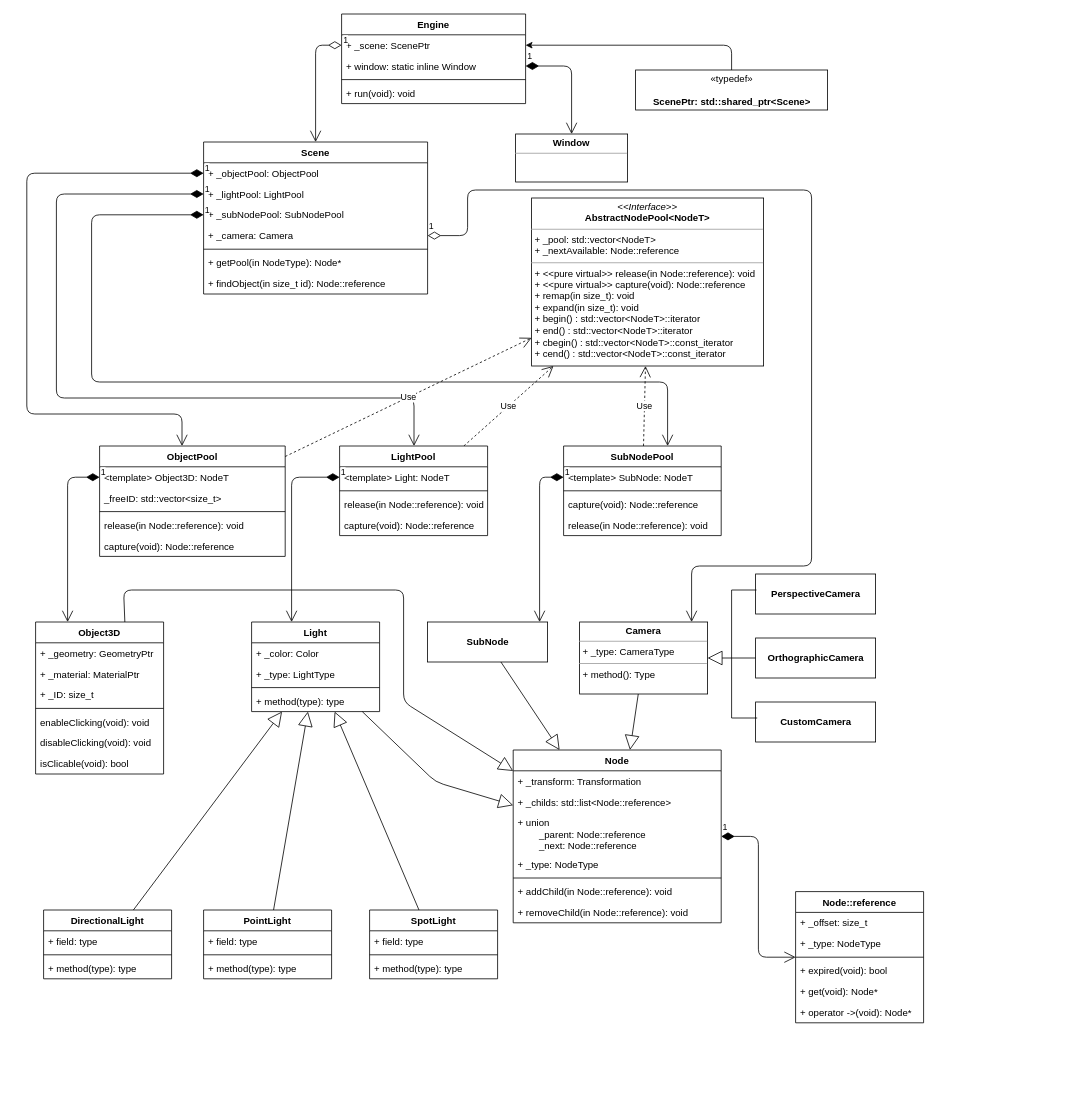
The draw.io diagram Untitled Diagram.drawio in bit-creator/VisualEngine, before the edit. Source tidied: cells renumbered, new cells numbered last; positions are measured from the earlier drawing's top-left corner, leaving out a move shared by most shapes. Both pictures are drawn from the tidied source at 80%, with x=0, y=0 at pixel (26, 14).
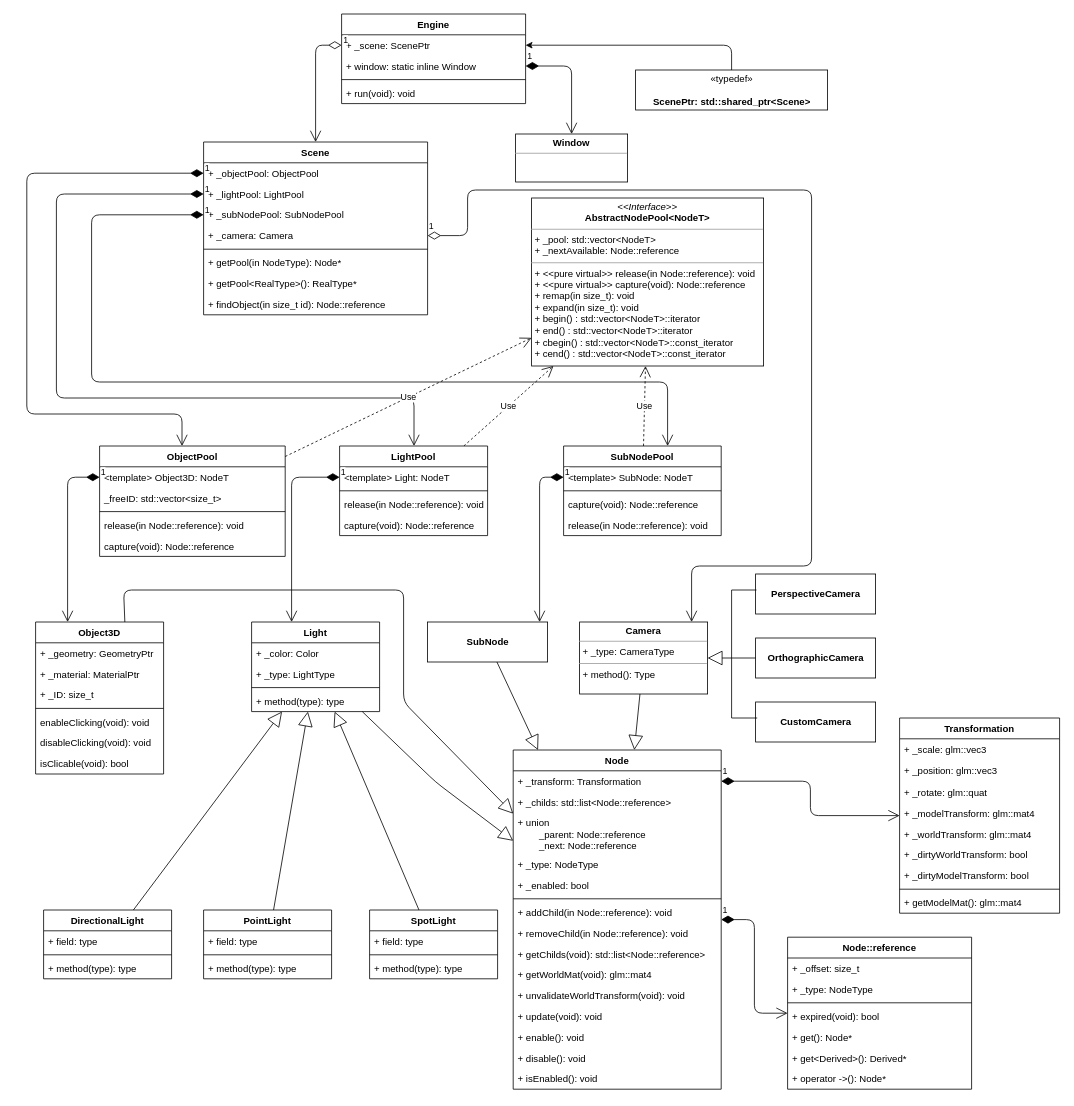
After the change.

Unchanged cells that the change refers to:
```xml
<mxCell id="3" value="+ _transform: Transformation" style="text;strokeColor=none;fillColor=none;align=left;verticalAlign=top;spacingLeft=4;spacingRight=4;overflow=hidden;points=[[0,0.5],[1,0.5]];portConstraint=eastwest;" parent="2" vertex="1">
  <mxGeometry y="26" width="260" height="26" as="geometry" />
</mxCell>
```

The edit, as a diff of the source:
```diff
@@
     <mxCell id="2" value="Node" style="swimlane;fontStyle=1;align=center;verticalAlign=top;horizontal=1;startSize=26;" parent="1" vertex="1">
-      <mxGeometry x="608" y="920" width="260" height="216" as="geometry" />
+      <mxGeometry x="608" y="920" width="260" height="424" as="geometry" />
     </mxCell>
@@
+    <mxCell id="104" value="+ _enabled: bool" style="text;strokeColor=none;fillColor=none;align=left;verticalAlign=top;spacingLeft=4;spacingRight=4;overflow=hidden;" parent="2" vertex="1">
+      <mxGeometry y="156" width="260" height="26" as="geometry" />
+    </mxCell>
     <mxCell id="7" style="line;strokeWidth=1;fillColor=none;align=left;verticalAlign=middle;spacingTop=-1;spacingLeft=3;spacingRight=3;labelPosition=right;" parent="2" vertex="1">
-      <mxGeometry y="156" width="260" height="8" as="geometry" />
+      <mxGeometry y="182" width="260" height="8" as="geometry" />
     </mxCell>
     <mxCell id="8" value="+ addChild(in Node::reference): void" style="text;strokeColor=none;fillColor=none;align=left;verticalAlign=top;spacingLeft=4;spacingRight=4;overflow=hidden;" parent="2" vertex="1">
-      <mxGeometry y="164" width="260" height="26" as="geometry" />
+      <mxGeometry y="190" width="260" height="26" as="geometry" />
     </mxCell>
+    <mxCell id="105" value="+ removeChild(in Node::reference): void" style="text;strokeColor=none;fillColor=none;align=left;verticalAlign=top;spacingLeft=4;spacingRight=4;overflow=hidden;" parent="2" vertex="1">
+      <mxGeometry y="216" width="260" height="26" as="geometry" />
+    </mxCell>
-    <mxCell id="9" value="+ removeChild(in Node::reference): void" style="text;strokeColor=none;fillColor=none;align=left;verticalAlign=top;spacingLeft=4;spacingRight=4;overflow=hidden;" parent="2" vertex="1">
-      <mxGeometry y="190" width="260" height="26" as="geometry" />
+    <mxCell id="9" value="+ getChilds(void): std::list&lt;Node::reference&gt;" style="text;strokeColor=none;fillColor=none;align=left;verticalAlign=top;spacingLeft=4;spacingRight=4;overflow=hidden;" parent="2" vertex="1">
+      <mxGeometry y="242" width="260" height="26" as="geometry" />
     </mxCell>
+    <mxCell id="106" value="+ getWorldMat(void): glm::mat4" style="text;strokeColor=none;fillColor=none;align=left;verticalAlign=top;spacingLeft=4;spacingRight=4;overflow=hidden;" parent="2" vertex="1">
+      <mxGeometry y="268" width="260" height="26" as="geometry" />
+    </mxCell>
+    <mxCell id="107" value="+ unvalidateWorldTransform(void): void" style="text;strokeColor=none;fillColor=none;align=left;verticalAlign=top;spacingLeft=4;spacingRight=4;overflow=hidden;" parent="2" vertex="1">
+      <mxGeometry y="294" width="260" height="26" as="geometry" />
+    </mxCell>
+    <mxCell id="108" value="+ update(void): void" style="text;strokeColor=none;fillColor=none;align=left;verticalAlign=top;spacingLeft=4;spacingRight=4;overflow=hidden;" parent="2" vertex="1">
+      <mxGeometry y="320" width="260" height="26" as="geometry" />
+    </mxCell>
+    <mxCell id="109" value="+ enable(): void" style="text;strokeColor=none;fillColor=none;align=left;verticalAlign=top;spacingLeft=4;spacingRight=4;overflow=hidden;" parent="2" vertex="1">
+      <mxGeometry y="346" width="260" height="26" as="geometry" />
+    </mxCell>
+    <mxCell id="110" value="+ disable(): void" style="text;strokeColor=none;fillColor=none;align=left;verticalAlign=top;spacingLeft=4;spacingRight=4;overflow=hidden;" parent="2" vertex="1">
+      <mxGeometry y="372" width="260" height="26" as="geometry" />
+    </mxCell>
+    <mxCell id="111" value="+ isEnabled(): void" style="text;strokeColor=none;fillColor=none;align=left;verticalAlign=top;spacingLeft=4;spacingRight=4;overflow=hidden;" parent="2" vertex="1">
+      <mxGeometry y="398" width="260" height="26" as="geometry" />
+    </mxCell>
     <mxCell id="10" value="Scene" style="swimlane;fontStyle=1;align=center;verticalAlign=top;horizontal=1;startSize=26;" parent="1" vertex="1">
-      <mxGeometry x="221" y="160" width="280" height="190" as="geometry" />
+      <mxGeometry x="221" y="160" width="280" height="216" as="geometry" />
     </mxCell>
@@
+    <mxCell id="112" value="+ getPool&lt;RealType&gt;(): RealType*" style="text;strokeColor=none;fillColor=none;align=left;verticalAlign=top;spacingLeft=4;spacingRight=4;overflow=hidden;" parent="10" vertex="1">
+      <mxGeometry y="164" width="280" height="26" as="geometry" />
+    </mxCell>
     <mxCell id="17" value="+ findObject(in size_t id): Node::reference" style="text;strokeColor=none;fillColor=none;align=left;verticalAlign=top;spacingLeft=4;spacingRight=4;overflow=hidden;" parent="10" vertex="1">
-      <mxGeometry y="164" width="280" height="26" as="geometry" />
+      <mxGeometry y="190" width="280" height="26" as="geometry" />
     </mxCell>
@@
     <mxCell id="97" value="Node::reference" style="swimlane;fontStyle=1;align=center;verticalAlign=top;horizontal=1;startSize=26;" parent="1" vertex="1">
-      <mxGeometry x="961" y="1097" width="160" height="164" as="geometry" />
+      <mxGeometry x="951" y="1154" width="230" height="190" as="geometry" />
     </mxCell>
     <mxCell id="98" value="+ _offset: size_t" style="text;strokeColor=none;fillColor=none;align=left;verticalAlign=top;spacingLeft=4;spacingRight=4;overflow=hidden;" parent="97" vertex="1">
-      <mxGeometry y="26" width="160" height="26" as="geometry" />
+      <mxGeometry y="26" width="230" height="26" as="geometry" />
     </mxCell>
     <mxCell id="99" value="+ _type: NodeType" style="text;strokeColor=none;fillColor=none;align=left;verticalAlign=top;spacingLeft=4;spacingRight=4;overflow=hidden;" parent="97" vertex="1">
-      <mxGeometry y="52" width="160" height="26" as="geometry" />
+      <mxGeometry y="52" width="230" height="26" as="geometry" />
     </mxCell>
     <mxCell id="100" style="line;strokeWidth=1;fillColor=none;align=left;verticalAlign=middle;spacingTop=-1;spacingLeft=3;spacingRight=3;labelPosition=right;" parent="97" vertex="1">
-      <mxGeometry y="78" width="160" height="8" as="geometry" />
+      <mxGeometry y="78" width="230" height="8" as="geometry" />
     </mxCell>
     <mxCell id="101" value="+ expired(void): bool" style="text;strokeColor=none;fillColor=none;align=left;verticalAlign=top;spacingLeft=4;spacingRight=4;overflow=hidden;" parent="97" vertex="1">
-      <mxGeometry y="86" width="160" height="26" as="geometry" />
+      <mxGeometry y="86" width="230" height="26" as="geometry" />
     </mxCell>
-    <mxCell id="102" value="+ get(void): Node*" style="text;strokeColor=none;fillColor=none;align=left;verticalAlign=top;spacingLeft=4;spacingRight=4;overflow=hidden;" parent="97" vertex="1">
-      <mxGeometry y="112" width="160" height="26" as="geometry" />
+    <mxCell id="102" value="+ get(): Node*" style="text;strokeColor=none;fillColor=none;align=left;verticalAlign=top;spacingLeft=4;spacingRight=4;overflow=hidden;" parent="97" vertex="1">
+      <mxGeometry y="112" width="230" height="26" as="geometry" />
     </mxCell>
+    <mxCell id="113" value="+ get&lt;Derived&gt;(): Derived*" style="text;strokeColor=none;fillColor=none;align=left;verticalAlign=top;spacingLeft=4;spacingRight=4;overflow=hidden;" parent="97" vertex="1">
+      <mxGeometry y="138" width="230" height="26" as="geometry" />
+    </mxCell>
-    <mxCell id="103" value="+ operator -&gt;(void): Node*" style="text;strokeColor=none;fillColor=none;align=left;verticalAlign=top;spacingLeft=4;spacingRight=4;overflow=hidden;" parent="97" vertex="1">
-      <mxGeometry y="138" width="160" height="26" as="geometry" />
+    <mxCell id="103" value="+ operator -&gt;(): Node*" style="text;strokeColor=none;fillColor=none;align=left;verticalAlign=top;spacingLeft=4;spacingRight=4;overflow=hidden;" parent="97" vertex="1">
+      <mxGeometry y="164" width="230" height="26" as="geometry" />
     </mxCell>
+    <mxCell id="114" value="1" style="endArrow=open;html=1;endSize=12;startArrow=diamondThin;startSize=14;startFill=1;edgeStyle=orthogonalEdgeStyle;align=left;verticalAlign=bottom;" parent="1" edge="1" source="3" target="115">
+      <mxGeometry x="-1" y="3" relative="1" as="geometry" />
+    </mxCell>
+    <mxCell id="115" value="Transformation" style="swimlane;fontStyle=1;align=center;verticalAlign=top;horizontal=1;startSize=26;" parent="1" vertex="1">
+      <mxGeometry x="1091" y="880" width="200" height="244" as="geometry" />
+    </mxCell>
+    <mxCell id="116" value="+ _scale: glm::vec3" style="text;strokeColor=none;fillColor=none;align=left;verticalAlign=top;spacingLeft=4;spacingRight=4;overflow=hidden;" parent="115" vertex="1">
+      <mxGeometry y="26" width="200" height="26" as="geometry" />
+    </mxCell>
+    <mxCell id="117" value="+ _position: glm::vec3" style="text;strokeColor=none;fillColor=none;align=left;verticalAlign=top;spacingLeft=4;spacingRight=4;overflow=hidden;" parent="115" vertex="1">
+      <mxGeometry y="52" width="200" height="28" as="geometry" />
+    </mxCell>
+    <mxCell id="118" value="+ _rotate: glm::quat" style="text;strokeColor=none;fillColor=none;align=left;verticalAlign=top;spacingLeft=4;spacingRight=4;overflow=hidden;" parent="115" vertex="1">
+      <mxGeometry y="80" width="200" height="26" as="geometry" />
+    </mxCell>
+    <mxCell id="119" value="+ _modelTransform: glm::mat4" style="text;strokeColor=none;fillColor=none;align=left;verticalAlign=top;spacingLeft=4;spacingRight=4;overflow=hidden;" parent="115" vertex="1">
+      <mxGeometry y="106" width="200" height="26" as="geometry" />
+    </mxCell>
+    <mxCell id="120" value="+ _worldTransform: glm::mat4" style="text;strokeColor=none;fillColor=none;align=left;verticalAlign=top;spacingLeft=4;spacingRight=4;overflow=hidden;" parent="115" vertex="1">
+      <mxGeometry y="132" width="200" height="26" as="geometry" />
+    </mxCell>
+    <mxCell id="121" value="+ _dirtyWorldTransform: bool" style="text;strokeColor=none;fillColor=none;align=left;verticalAlign=top;spacingLeft=4;spacingRight=4;overflow=hidden;" parent="115" vertex="1">
+      <mxGeometry y="158" width="200" height="26" as="geometry" />
+    </mxCell>
+    <mxCell id="122" value="+ _dirtyModelTransform: bool" style="text;strokeColor=none;fillColor=none;align=left;verticalAlign=top;spacingLeft=4;spacingRight=4;overflow=hidden;" parent="115" vertex="1">
+      <mxGeometry y="184" width="200" height="26" as="geometry" />
+    </mxCell>
+    <mxCell id="123" style="line;strokeWidth=1;fillColor=none;align=left;verticalAlign=middle;spacingTop=-1;spacingLeft=3;spacingRight=3;labelPosition=right;" parent="115" vertex="1">
+      <mxGeometry y="210" width="200" height="8" as="geometry" />
+    </mxCell>
+    <mxCell id="124" value="+ getModelMat(): glm::mat4" style="text;strokeColor=none;fillColor=none;align=left;verticalAlign=top;spacingLeft=4;spacingRight=4;overflow=hidden;" parent="115" vertex="1">
+      <mxGeometry y="218" width="200" height="26" as="geometry" />
+    </mxCell>
```
